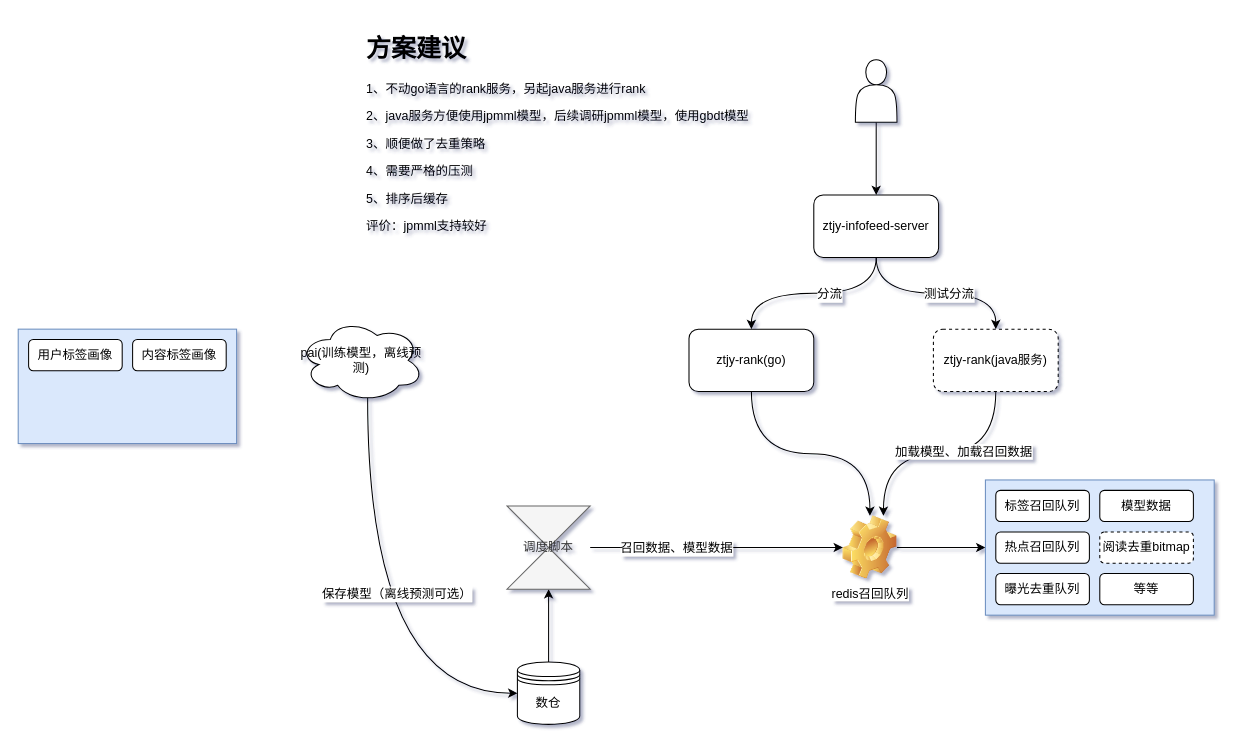
Earlier version of the draw.io diagram 掌通家园-推荐系统流程图.drawio (wangjie5540/drawio). Source tidied: cells renumbered, new cells numbered last; positions are measured from the earlier drawing's top-left corner, leaving out a move shared by most shapes. Both pictures are drawn from the tidied source at 104%, with x=0, y=0 at pixel (18, 28).
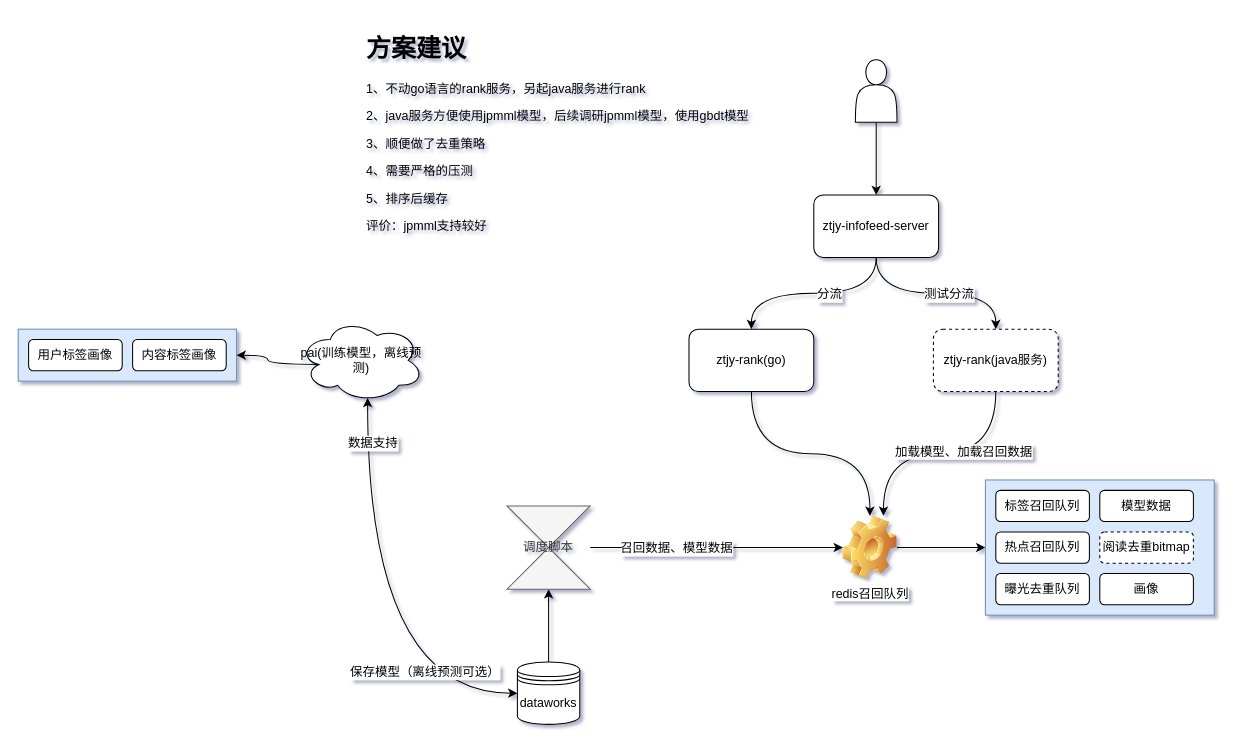
After the change.

Commit message (it also covers changes not shown here):
更新掌通家园-推荐系统流程图.drawio

The change refers to these unchanged cells:
```xml
<mxCell id="24" value="pai(训练模型，离线预测)" style="ellipse;shape=cloud;whiteSpace=wrap;html=1;rounded=1;shadow=0;strokeColor=#000000;fillColor=#ffffff;" parent="1" vertex="1">
  <mxGeometry x="270" y="279" width="120" height="80" as="geometry" />
</mxCell>
<mxCell id="26" style="group;" parent="1" vertex="1">
  <mxGeometry x="930" y="434" width="220" height="130" as="geometry" />
</mxCell>
```

What changed in the source:
```diff
@@
     <mxCell id="2" style="rounded=0;whiteSpace=wrap;html=1;shadow=0;strokeColor=#6c8ebf;fillColor=#dae8fc;" parent="1" vertex="1">
-      <mxGeometry y="289" width="210" height="110" as="geometry" />
+      <mxGeometry y="289" width="210" height="50" as="geometry" />
     </mxCell>
@@
-    <mxCell id="4" value="数仓" style="shape=datastore;whiteSpace=wrap;html=1;" parent="1" vertex="1">
+    <mxCell id="4" value="dataworks" style="shape=datastore;whiteSpace=wrap;html=1;" parent="1" vertex="1">
       <mxGeometry x="480" y="609" width="60" height="60" as="geometry" />
     </mxCell>
@@
-    <mxCell id="22" style="edgeStyle=orthogonalEdgeStyle;rounded=0;jettySize=auto;html=1;exitX=0.55;exitY=0.95;exitDx=0;exitDy=0;exitPerimeter=0;entryX=0;entryY=0.5;entryDx=0;entryDy=0;curved=1;" parent="1" edge="1" source="24" target="4">
+    <mxCell id="22" style="edgeStyle=orthogonalEdgeStyle;rounded=0;jettySize=auto;html=1;exitX=0.55;exitY=0.95;exitDx=0;exitDy=0;exitPerimeter=0;entryX=0;entryY=0.5;entryDx=0;entryDy=0;curved=1;startArrow=classic;startFill=1;" parent="1" edge="1" source="24" target="4">
       <mxGeometry relative="1" as="geometry">
         <Array as="points">
           <mxPoint x="336" y="639" />
         </Array>
       </mxGeometry>
     </mxCell>
     <mxCell id="23" value="保存模型（离线预测可选）" style="text;html=1;align=center;verticalAlign=middle;labelBackgroundColor=#ffffff;fontColor=#000000;" parent="22" vertex="1">
-      <mxGeometry x="-0.12" y="27" relative="1" as="geometry" />
+      <mxGeometry x="-0.12" y="27" relative="1" as="geometry">
+        <mxPoint x="27" y="75" as="offset" />
+      </mxGeometry>
     </mxCell>
+    <mxCell id="36" value="数据支持" style="text;html=1;align=center;verticalAlign=middle;labelBackgroundColor=#ffffff;fontColor=#000000;" parent="22" vertex="1">
+      <mxGeometry x="-0.73" y="-1" relative="1" as="geometry">
+        <mxPoint x="5" y="-15" as="offset" />
+      </mxGeometry>
+    </mxCell>
+    <mxCell id="37" style="edgeStyle=orthogonalEdgeStyle;rounded=0;jettySize=auto;html=1;exitX=0.16;exitY=0.55;exitDx=0;exitDy=0;exitPerimeter=0;entryX=1;entryY=0.5;entryDx=0;entryDy=0;startArrow=none;startFill=0;fontColor=#000000;curved=1;" parent="1" edge="1" source="24" target="2">
+      <mxGeometry relative="1" as="geometry" />
+    </mxCell>
@@
-    <mxCell id="33" value="等等" style="rounded=1;whiteSpace=wrap;html=1;shadow=0;strokeColor=#000000;fillColor=#ffffff;fontColor=#000000;" parent="26" vertex="1">
+    <mxCell id="33" value="画像" style="rounded=1;whiteSpace=wrap;html=1;shadow=0;strokeColor=#000000;fillColor=#ffffff;fontColor=#000000;" parent="26" vertex="1">
       <mxGeometry x="110" y="90" width="90" height="30" as="geometry" />
     </mxCell>
```
